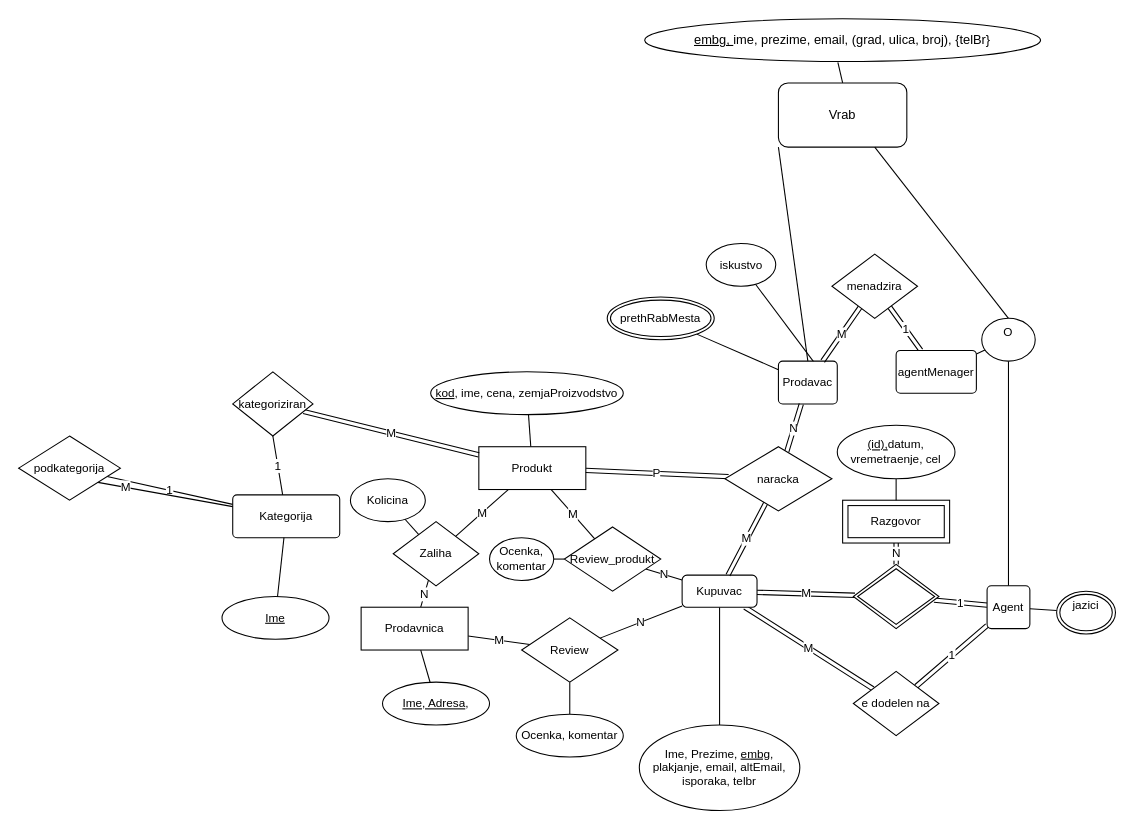
The draw.io diagram Bazi na podatoci/vezba4.drawio in marin-o/Finki, before the edit. Source tidied: cells renumbered, new cells numbered last; positions are measured from the earlier drawing's top-left corner, leaving out a move shared by most shapes. Both pictures are drawn from the tidied source at 107%, with x=0, y=0 at pixel (18, 18).
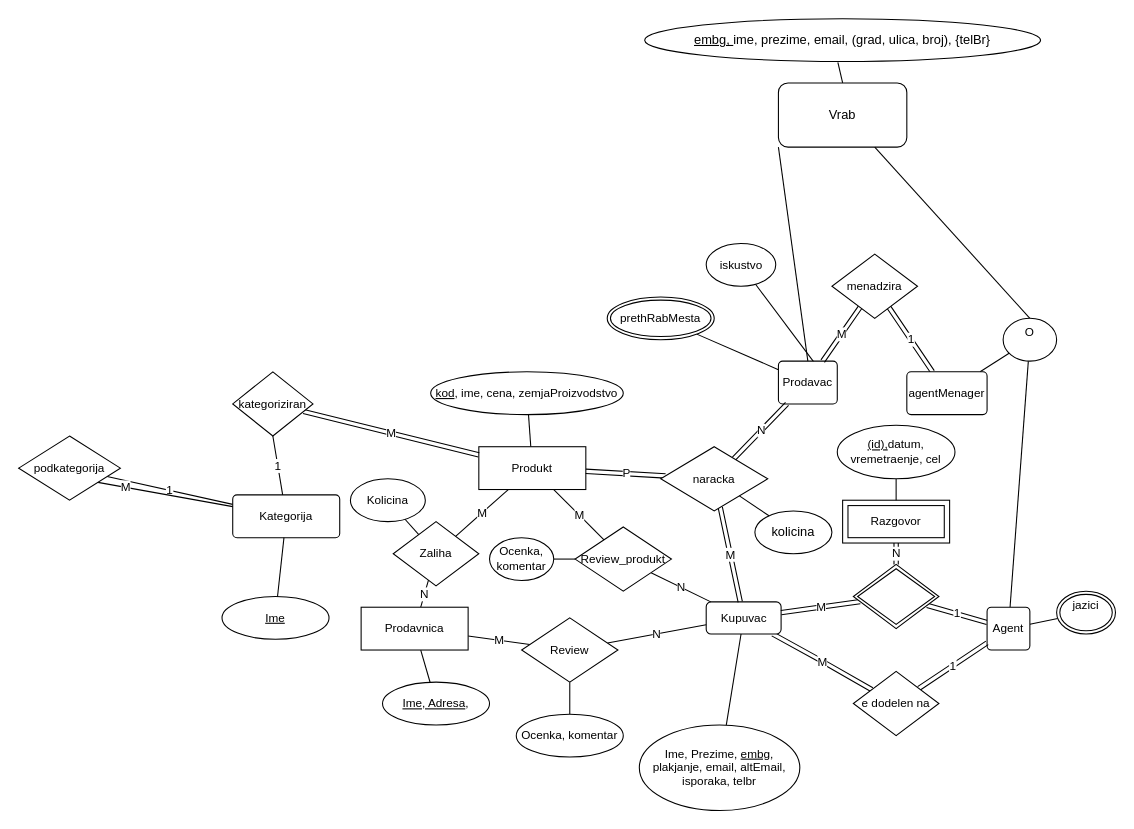
After the change.

The change refers to these unchanged cells:
```xml
<mxCell id="69" value="e dodelen na" style="shape=rhombus;perimeter=rhombusPerimeter;whiteSpace=wrap;html=1;align=center;fontFamily=Helvetica;fontSize=11;fontColor=default;" parent="1" vertex="1">
  <mxGeometry x="780" y="610" width="80" height="60" as="geometry" />
</mxCell>
```

What changed in the source:
```diff
@@
     <mxCell id="9" value="&lt;div&gt;O&lt;/div&gt;&lt;div&gt;&lt;br&gt;&lt;/div&gt;" style="ellipse;whiteSpace=wrap;html=1;fontFamily=Helvetica;fontSize=11;fontColor=default;" parent="1" vertex="1">
-      <mxGeometry x="900" y="280" width="50" height="40" as="geometry" />
+      <mxGeometry x="920" y="280" width="50" height="40" as="geometry" />
     </mxCell>
@@
     <mxCell id="12" value="Agent" style="rounded=1;arcSize=10;whiteSpace=wrap;html=1;align=center;fontFamily=Helvetica;fontSize=11;fontColor=default;" parent="1" vertex="1">
-      <mxGeometry x="905" y="530" width="40" height="40" as="geometry" />
+      <mxGeometry x="905" y="550" width="40" height="40" as="geometry" />
     </mxCell>
@@
     <mxCell id="14" value="agentMenager" style="rounded=1;arcSize=10;whiteSpace=wrap;html=1;align=center;fontFamily=Helvetica;fontSize=11;fontColor=default;" parent="1" vertex="1">
-      <mxGeometry x="820" y="310" width="75" height="40" as="geometry" />
+      <mxGeometry x="830" y="330" width="75" height="40" as="geometry" />
     </mxCell>
@@
     <mxCell id="46" value="M" style="edgeStyle=none;shape=link;rounded=0;jettySize=auto;html=1;labelBackgroundColor=default;strokeColor=default;align=center;verticalAlign=middle;fontFamily=Helvetica;fontSize=11;fontColor=default;endArrow=none;endFill=0;" parent="1" edge="1" source="47" target="69">
-      <mxGeometry relative="1" as="geometry" />
+      <mxGeometry relative="1" as="geometry">
+        <Array as="points">
+          <mxPoint x="750" y="600" />
+        </Array>
+      </mxGeometry>
     </mxCell>
     <mxCell id="47" value="Kupuvac" style="rounded=1;whiteSpace=wrap;html=1;fontFamily=Helvetica;fontSize=11;fontColor=default;" parent="1" vertex="1">
-      <mxGeometry x="620" y="520" width="70" height="30" as="geometry" />
+      <mxGeometry x="642.5" y="545" width="70" height="30" as="geometry" />
     </mxCell>
@@
     <mxCell id="52" value="naracka" style="shape=rhombus;perimeter=rhombusPerimeter;whiteSpace=wrap;html=1;align=center;fontFamily=Helvetica;fontSize=11;fontColor=default;" parent="1" vertex="1">
-      <mxGeometry x="660" y="400" width="100" height="60" as="geometry" />
+      <mxGeometry x="600" y="400" width="100" height="60" as="geometry" />
     </mxCell>
@@
     <mxCell id="65" value="Review_produkt" style="shape=rhombus;perimeter=rhombusPerimeter;whiteSpace=wrap;html=1;align=center;fontFamily=Helvetica;fontSize=11;fontColor=default;" parent="1" vertex="1">
-      <mxGeometry x="510" y="475" width="90" height="60" as="geometry" />
+      <mxGeometry x="520" y="475" width="90" height="60" as="geometry" />
     </mxCell>
@@
+    <mxCell id="70" value="kolicina" style="ellipse;whiteSpace=wrap;html=1;align=center;" parent="1" vertex="1">
+      <mxGeometry x="688" y="460" width="72" height="40" as="geometry" />
+    </mxCell>
+    <mxCell id="71" style="edgeStyle=none;shape=connector;rounded=0;jettySize=auto;html=1;labelBackgroundColor=default;strokeColor=default;align=center;verticalAlign=middle;fontFamily=Helvetica;fontSize=11;fontColor=default;endArrow=none;endFill=0;" parent="1" edge="1" source="52" target="70">
+      <mxGeometry relative="1" as="geometry" />
+    </mxCell>
```
